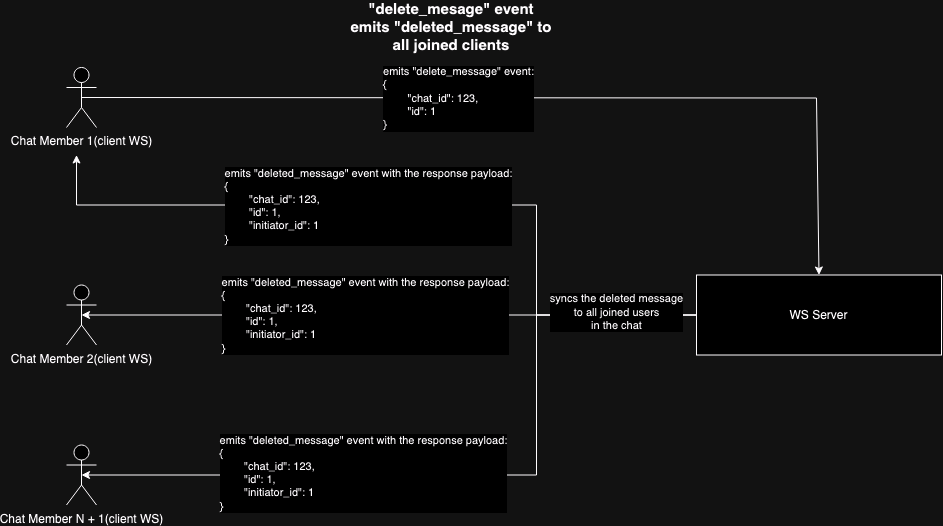
KR1470R/artos-messenger keeps this draw.io diagram as assets/ws-diagrams/messages/crud/delete_message.event.png. Above is the earlier version. Source tidied: cells renumbered, new cells last; positions are measured from the earlier drawing's top-left corner, leaving out a move shared by most shapes.
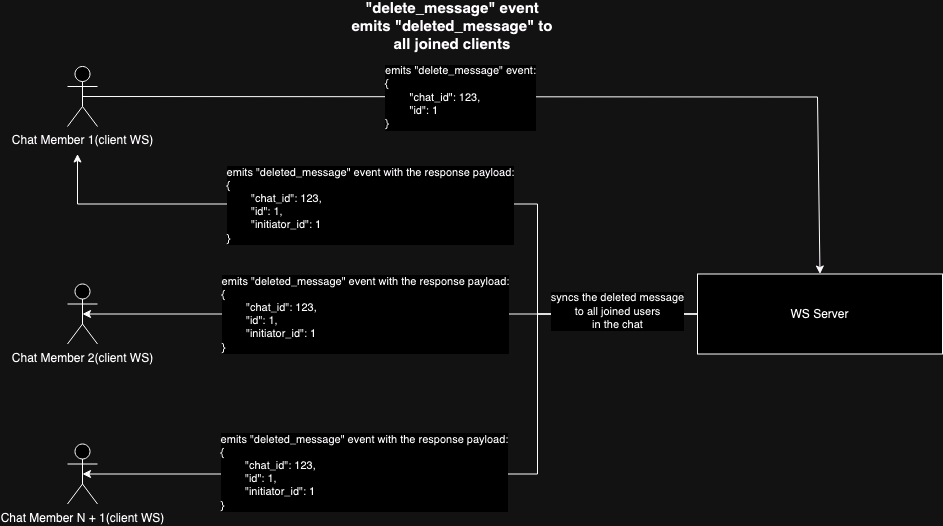
Later version of the same file.

Commit message:
refactored diagrams and readme

What changed in the source:
```diff
@@ -68,7 +68,7 @@
         <mxPoint x="-1" y="-4" as="offset" />
       </mxGeometry>
     </mxCell>
-    <mxCell id="15" value="&lt;b&gt;&lt;font style=&quot;font-size: 15px;&quot;&gt;&quot;delete_mesage&quot; event emits &quot;deleted_message&quot; to all joined clients&lt;br&gt;&lt;/font&gt;&lt;/b&gt;" style="text;html=1;align=center;verticalAlign=middle;whiteSpace=wrap;rounded=0;" parent="1" vertex="1">
+    <mxCell id="15" value="&lt;b&gt;&lt;font style=&quot;font-size: 15px;&quot;&gt;&quot;delete_message&quot; event emits &quot;deleted_message&quot; to all joined clients&lt;br&gt;&lt;/font&gt;&lt;/b&gt;" style="text;html=1;align=center;verticalAlign=middle;whiteSpace=wrap;rounded=0;" parent="1" vertex="1">
       <mxGeometry x="280" width="210" height="30" as="geometry" />
     </mxCell>
   </root>
```
